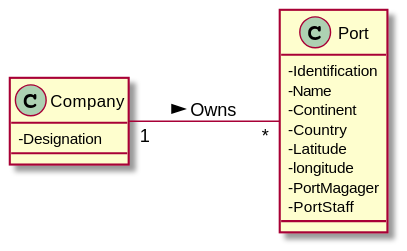
Before: docs/Sprint 3/US/US310/US310_MD.svg, a diagram exported from PlantUML (1190772/LAB-Project-3). The source it was exported from:
```plantuml
@startuml

skinparam classAttributeIconSize 0

left to right direction

class Company {
-Designation
}

class Port {
-Identification
-Name
-Continent
-Country
-Latitude
-longitude
-PortMagager
-PortStaff
}

Company "1" -- "*" Port : Owns >

@enduml
```
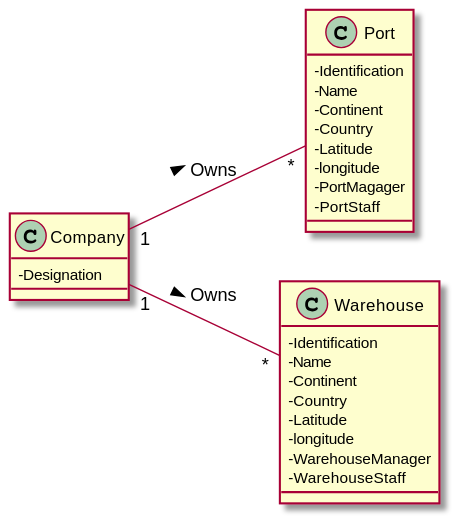
Above is the later version.

What changed in the source:
```diff
@@ -19,6 +19,18 @@
 -PortStaff
 }
 
+class Warehouse {
+-Identification
+-Name
+-Continent
+-Country
+-Latitude
+-longitude
+-WarehouseManager
+-WarehouseStaff
+}
+
 Company "1" -- "*" Port : Owns >
+Company "1" -- "*" Warehouse : Owns >
 
 @enduml
```
